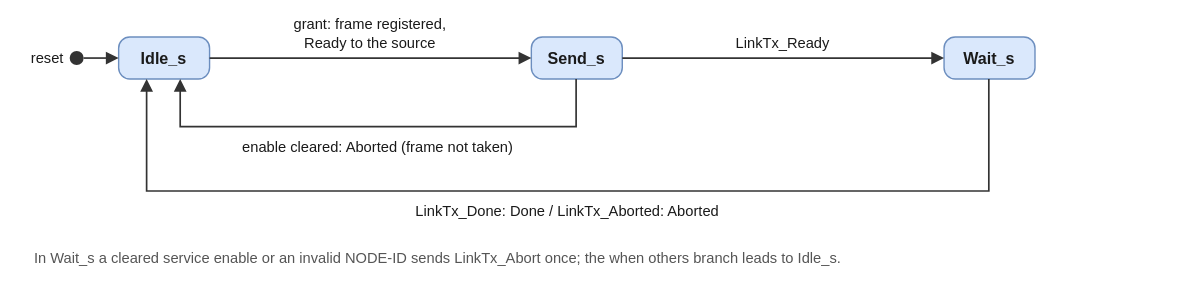
Above: hdl/ocan_dispatch/docs/img/ocan_dispatch_tx_fsm.drawio.svg in open-space-hdl/opencan (draw.io), before the change. Source tidied: cells renumbered, new cells last; positions are measured from the earlier drawing's top-left corner, leaving out a move shared by most shapes.
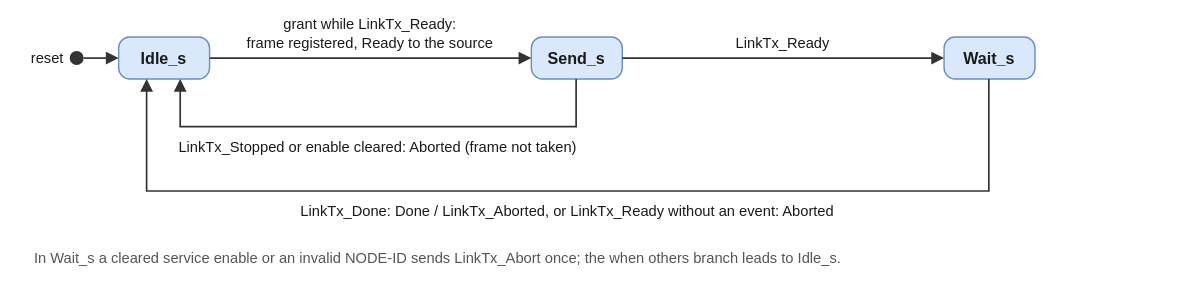
Above is the later version.

Diff of the diagram source:
```diff
@@ -26,8 +26,8 @@
     <mxCell id="9" style="html=0;rounded=0;edgeStyle=none;strokeColor=#333333;strokeWidth=1.2;endArrow=block;endFill=1;endSize=6;startArrow=none;startFill=1;startSize=6;fontFamily=Helvetica;fontSize=10.5;fontColor=#1a1a1a;labelBackgroundColor=#ffffff;exitX=1.0000;exitY=0.5000;exitDx=0;exitDy=0;exitPerimeter=0;entryX=0.0000;entryY=0.5000;entryDx=0;entryDy=0;entryPerimeter=0;" parent="1" edge="1" source="3" target="4">
       <mxGeometry relative="1" as="geometry" />
     </mxCell>
-    <mxCell id="10" value="grant: frame registered,&#10;Ready to the source" style="text;html=0;fontFamily=Helvetica;fontSize=10.5;fontColor=#1a1a1a;align=center;verticalAlign=bottom;fontStyle=0;spacing=0;whiteSpace=nowrap;" parent="1" vertex="1">
-      <mxGeometry x="190.5" y="10" width="147" height="27" as="geometry" />
+    <mxCell id="10" value="grant while LinkTx_Ready:&#10;frame registered, Ready to the source" style="text;html=0;fontFamily=Helvetica;fontSize=10.5;fontColor=#1a1a1a;align=center;verticalAlign=bottom;fontStyle=0;spacing=0;whiteSpace=nowrap;" parent="1" vertex="1">
+      <mxGeometry x="152" y="10" width="224" height="27" as="geometry" />
     </mxCell>
     <mxCell id="11" style="html=0;rounded=0;edgeStyle=none;strokeColor=#333333;strokeWidth=1.2;endArrow=block;endFill=1;endSize=6;startArrow=none;startFill=1;startSize=6;fontFamily=Helvetica;fontSize=10.5;fontColor=#1a1a1a;labelBackgroundColor=#ffffff;exitX=1.0000;exitY=0.5000;exitDx=0;exitDy=0;exitPerimeter=0;entryX=0.0000;entryY=0.5000;entryDx=0;entryDy=0;entryPerimeter=0;" parent="1" edge="1" source="4" target="5">
       <mxGeometry relative="1" as="geometry" />
@@ -43,8 +43,8 @@
         </Array>
       </mxGeometry>
     </mxCell>
-    <mxCell id="14" value="enable cleared: Aborted (frame not taken)" style="text;html=0;fontFamily=Helvetica;fontSize=10.5;fontColor=#1a1a1a;align=center;verticalAlign=top;fontStyle=0;spacing=0;whiteSpace=nowrap;" parent="1" vertex="1">
-      <mxGeometry x="146" y="94" width="247" height="14" as="geometry" />
+    <mxCell id="14" value="LinkTx_Stopped or enable cleared: Aborted (frame not taken)" style="text;html=0;fontFamily=Helvetica;fontSize=10.5;fontColor=#1a1a1a;align=center;verticalAlign=top;fontStyle=0;spacing=0;whiteSpace=nowrap;" parent="1" vertex="1">
+      <mxGeometry x="93" y="94" width="353" height="14" as="geometry" />
     </mxCell>
     <mxCell id="15" style="html=0;rounded=0;edgeStyle=none;strokeColor=#333333;strokeWidth=1.2;endArrow=block;endFill=1;endSize=6;startArrow=none;startFill=1;startSize=6;fontFamily=Helvetica;fontSize=10.5;fontColor=#1a1a1a;labelBackgroundColor=#ffffff;exitX=0.4923;exitY=1.0000;exitDx=0;exitDy=0;exitPerimeter=0;entryX=0.3077;entryY=1.0000;entryDx=0;entryDy=0;entryPerimeter=0;" parent="1" edge="1" source="5" target="3">
       <mxGeometry relative="1" as="geometry">
@@ -54,8 +54,8 @@
         </Array>
       </mxGeometry>
     </mxCell>
-    <mxCell id="16" value="LinkTx_Done: Done / LinkTx_Aborted: Aborted" style="text;html=0;fontFamily=Helvetica;fontSize=10.5;fontColor=#1a1a1a;align=center;verticalAlign=top;fontStyle=0;spacing=0;whiteSpace=nowrap;" parent="1" vertex="1">
-      <mxGeometry x="275.5" y="140" width="259" height="14" as="geometry" />
+    <mxCell id="16" value="LinkTx_Done: Done / LinkTx_Aborted, or LinkTx_Ready without an event: Aborted" style="text;html=0;fontFamily=Helvetica;fontSize=10.5;fontColor=#1a1a1a;align=center;verticalAlign=top;fontStyle=0;spacing=0;whiteSpace=nowrap;" parent="1" vertex="1">
+      <mxGeometry x="175.5" y="140" width="459" height="14" as="geometry" />
     </mxCell>
     <mxCell id="17" value="In Wait_s a cleared service enable or an invalid NODE-ID sends LinkTx_Abort once; the when others branch leads to Idle_s." style="text;html=0;fontFamily=Helvetica;fontSize=10.5;fontColor=#555555;align=left;verticalAlign=middle;fontStyle=0;spacing=0;whiteSpace=nowrap;" parent="1" vertex="1">
       <mxGeometry x="24" y="176" width="820" height="16" as="geometry" />
```
